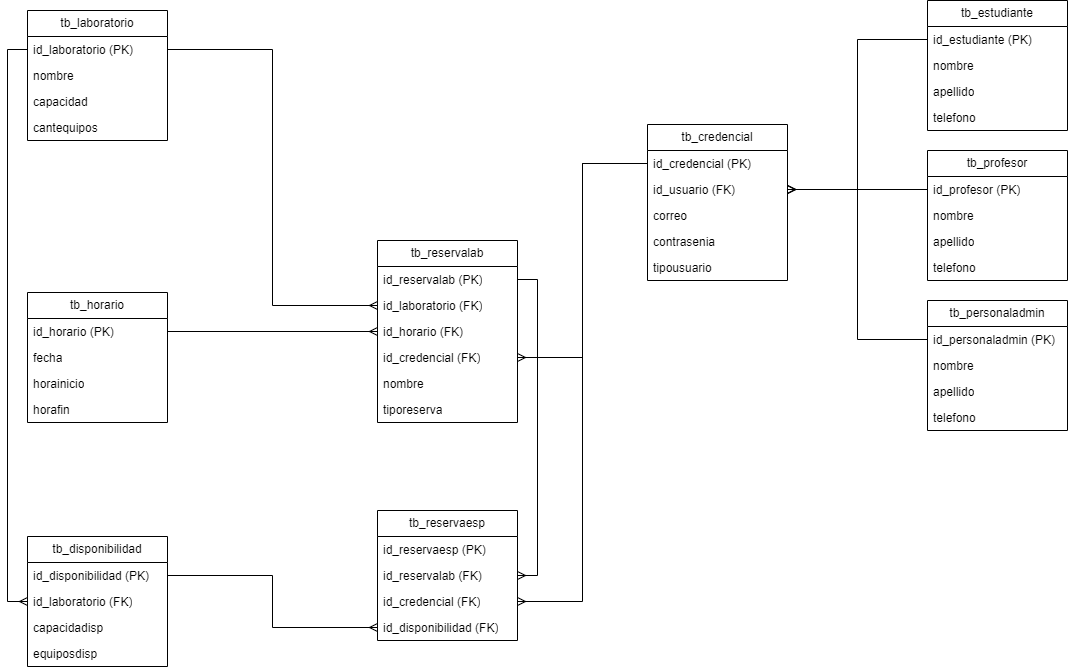
This is documentacion/gestionlab_diseñobd.png from Zydell/Concurso, a draw.io export, as it was before one commit. Source tidied: cells renumbered, new cells last; positions are measured from the earlier drawing's top-left corner, leaving out a move shared by most shapes.
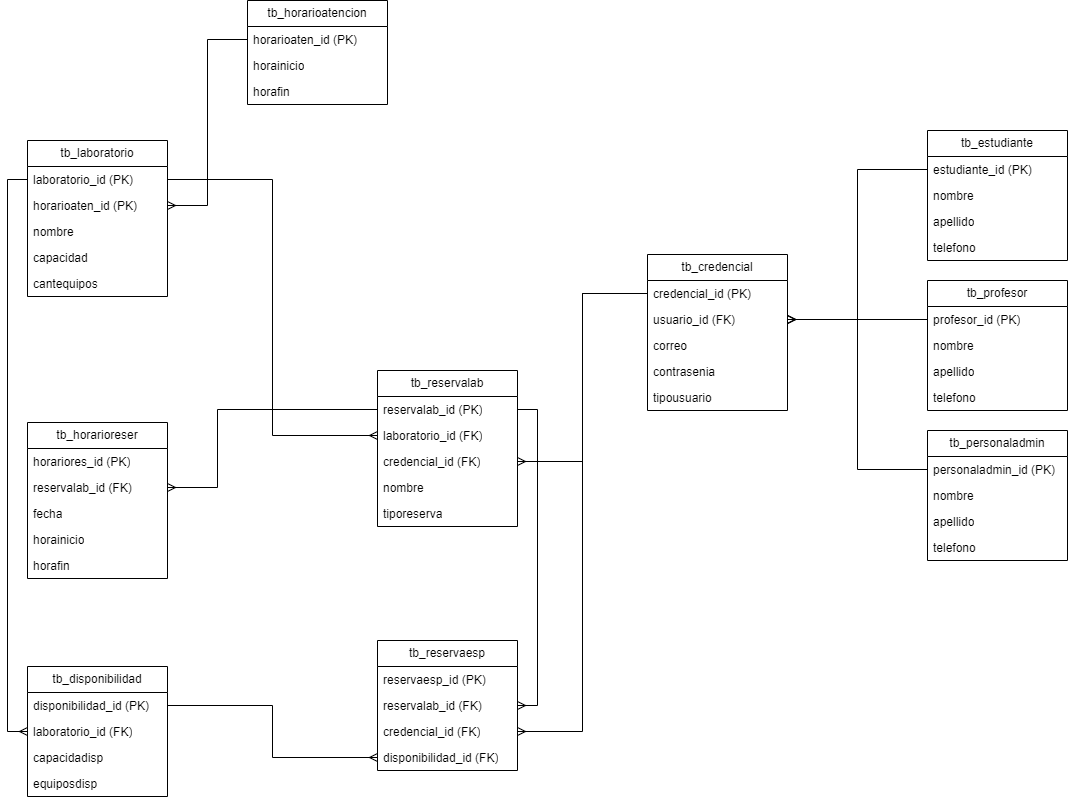
After the change.

The edit, as a diff of the source:
```diff
@@ -5,7 +5,7 @@
     <mxCell id="2" value="tb_estudiante" style="swimlane;fontStyle=0;horizontal=1;startSize=26;fillColor=none;whiteSpace=wrap;html=1;" parent="1" vertex="1">
       <mxGeometry x="900" width="140" height="130" as="geometry" />
     </mxCell>
-    <mxCell id="3" value="id_estudiante (PK)" style="text;strokeColor=none;fillColor=none;align=left;verticalAlign=top;spacingLeft=4;spacingRight=4;overflow=hidden;points=[[0,0.5],[1,0.5]];portConstraint=eastwest;whiteSpace=wrap;html=1;" parent="2" vertex="1">
+    <mxCell id="3" value="estudiante_id (PK)" style="text;strokeColor=none;fillColor=none;align=left;verticalAlign=top;spacingLeft=4;spacingRight=4;overflow=hidden;points=[[0,0.5],[1,0.5]];portConstraint=eastwest;whiteSpace=wrap;html=1;" parent="2" vertex="1">
       <mxGeometry y="26" width="140" height="26" as="geometry" />
     </mxCell>
     <mxCell id="4" value="nombre" style="text;strokeColor=none;fillColor=none;align=left;verticalAlign=top;spacingLeft=4;spacingRight=4;overflow=hidden;whiteSpace=wrap;html=1;" parent="2" vertex="1">
@@ -20,7 +20,7 @@
     <mxCell id="7" value="tb_profesor" style="swimlane;fontStyle=0;horizontal=1;startSize=26;fillColor=none;whiteSpace=wrap;html=1;" parent="1" vertex="1">
       <mxGeometry x="900" y="150" width="140" height="130" as="geometry" />
     </mxCell>
-    <mxCell id="8" value="id_profesor (PK)" style="text;strokeColor=none;fillColor=none;align=left;verticalAlign=top;spacingLeft=4;spacingRight=4;overflow=hidden;points=[[0,0.5],[1,0.5]];portConstraint=eastwest;whiteSpace=wrap;html=1;" parent="7" vertex="1">
+    <mxCell id="8" value="profesor_id (PK)" style="text;strokeColor=none;fillColor=none;align=left;verticalAlign=top;spacingLeft=4;spacingRight=4;overflow=hidden;points=[[0,0.5],[1,0.5]];portConstraint=eastwest;whiteSpace=wrap;html=1;" parent="7" vertex="1">
       <mxGeometry y="26" width="140" height="26" as="geometry" />
     </mxCell>
     <mxCell id="9" value="nombre" style="text;strokeColor=none;fillColor=none;align=left;verticalAlign=top;spacingLeft=4;spacingRight=4;overflow=hidden;whiteSpace=wrap;html=1;" parent="7" vertex="1">
@@ -35,7 +35,7 @@
     <mxCell id="12" value="tb_personaladmin" style="swimlane;fontStyle=0;horizontal=1;startSize=26;fillColor=none;whiteSpace=wrap;html=1;" parent="1" vertex="1">
       <mxGeometry x="900" y="300" width="140" height="130" as="geometry" />
     </mxCell>
-    <mxCell id="13" value="id_&lt;span style=&quot;text-align: center;&quot;&gt;personaladmin&lt;/span&gt;&amp;nbsp;(PK)" style="text;strokeColor=none;fillColor=none;align=left;verticalAlign=top;spacingLeft=4;spacingRight=4;overflow=hidden;points=[[0,0.5],[1,0.5]];portConstraint=eastwest;whiteSpace=wrap;html=1;" parent="12" vertex="1">
+    <mxCell id="13" value="&lt;span style=&quot;text-align: center;&quot;&gt;personaladmin_id&lt;/span&gt;&amp;nbsp;(PK)" style="text;strokeColor=none;fillColor=none;align=left;verticalAlign=top;spacingLeft=4;spacingRight=4;overflow=hidden;points=[[0,0.5],[1,0.5]];portConstraint=eastwest;whiteSpace=wrap;html=1;" parent="12" vertex="1">
       <mxGeometry y="26" width="140" height="26" as="geometry" />
     </mxCell>
     <mxCell id="14" value="nombre" style="text;strokeColor=none;fillColor=none;align=left;verticalAlign=top;spacingLeft=4;spacingRight=4;overflow=hidden;whiteSpace=wrap;html=1;" parent="12" vertex="1">
@@ -50,10 +50,10 @@
     <mxCell id="17" value="tb_credencial" style="swimlane;fontStyle=0;horizontal=1;startSize=26;fillColor=none;whiteSpace=wrap;html=1;" parent="1" vertex="1">
       <mxGeometry x="620" y="124" width="140" height="156" as="geometry" />
     </mxCell>
-    <mxCell id="18" value="id_credencial (PK)" style="text;strokeColor=none;fillColor=none;align=left;verticalAlign=top;spacingLeft=4;spacingRight=4;overflow=hidden;points=[[0,0.5],[1,0.5]];portConstraint=eastwest;whiteSpace=wrap;html=1;" parent="17" vertex="1">
+    <mxCell id="18" value="credencial_id (PK)" style="text;strokeColor=none;fillColor=none;align=left;verticalAlign=top;spacingLeft=4;spacingRight=4;overflow=hidden;points=[[0,0.5],[1,0.5]];portConstraint=eastwest;whiteSpace=wrap;html=1;" parent="17" vertex="1">
       <mxGeometry y="26" width="140" height="26" as="geometry" />
     </mxCell>
-    <mxCell id="19" value="id_usuario (FK)" style="text;strokeColor=none;fillColor=none;align=left;verticalAlign=top;spacingLeft=4;spacingRight=4;overflow=hidden;points=[[0,0.5],[1,0.5]];portConstraint=eastwest;whiteSpace=wrap;html=1;" parent="17" vertex="1">
+    <mxCell id="19" value="usuario_id (FK)" style="text;strokeColor=none;fillColor=none;align=left;verticalAlign=top;spacingLeft=4;spacingRight=4;overflow=hidden;points=[[0,0.5],[1,0.5]];portConstraint=eastwest;whiteSpace=wrap;html=1;" parent="17" vertex="1">
       <mxGeometry y="52" width="140" height="26" as="geometry" />
     </mxCell>
     <mxCell id="20" value="correo" style="text;strokeColor=none;fillColor=none;align=left;verticalAlign=top;spacingLeft=4;spacingRight=4;overflow=hidden;whiteSpace=wrap;html=1;" parent="17" vertex="1">
@@ -75,55 +75,58 @@
       <mxGeometry relative="1" as="geometry" />
     </mxCell>
     <mxCell id="26" value="tb_laboratorio" style="swimlane;fontStyle=0;horizontal=1;startSize=26;fillColor=none;whiteSpace=wrap;html=1;" parent="1" vertex="1">
-      <mxGeometry y="10" width="140" height="130" as="geometry" />
+      <mxGeometry y="10" width="140" height="156" as="geometry" />
     </mxCell>
-    <mxCell id="27" value="id_laboratorio (PK)" style="text;strokeColor=none;fillColor=none;align=left;verticalAlign=top;spacingLeft=4;spacingRight=4;overflow=hidden;points=[[0,0.5],[1,0.5]];portConstraint=eastwest;whiteSpace=wrap;html=1;" parent="26" vertex="1">
+    <mxCell id="27" value="laboratorio_id (PK)" style="text;strokeColor=none;fillColor=none;align=left;verticalAlign=top;spacingLeft=4;spacingRight=4;overflow=hidden;points=[[0,0.5],[1,0.5]];portConstraint=eastwest;whiteSpace=wrap;html=1;" parent="26" vertex="1">
       <mxGeometry y="26" width="140" height="26" as="geometry" />
     </mxCell>
+    <mxCell id="60" value="horarioaten_id (PK)" style="text;strokeColor=none;fillColor=none;align=left;verticalAlign=top;spacingLeft=4;spacingRight=4;overflow=hidden;points=[[0,0.5],[1,0.5]];portConstraint=eastwest;whiteSpace=wrap;html=1;" parent="26" vertex="1">
+      <mxGeometry y="52" width="140" height="26" as="geometry" />
+    </mxCell>
     <mxCell id="28" value="nombre" style="text;strokeColor=none;fillColor=none;align=left;verticalAlign=top;spacingLeft=4;spacingRight=4;overflow=hidden;whiteSpace=wrap;html=1;" parent="26" vertex="1">
-      <mxGeometry y="52" width="140" height="26" as="geometry" />
+      <mxGeometry y="78" width="140" height="26" as="geometry" />
     </mxCell>
     <mxCell id="29" value="capacidad" style="text;strokeColor=none;fillColor=none;align=left;verticalAlign=top;spacingLeft=4;spacingRight=4;overflow=hidden;whiteSpace=wrap;html=1;" parent="26" vertex="1">
-      <mxGeometry y="78" width="140" height="26" as="geometry" />
+      <mxGeometry y="104" width="140" height="26" as="geometry" />
     </mxCell>
     <mxCell id="30" value="cantequipos" style="text;strokeColor=none;fillColor=none;align=left;verticalAlign=top;spacingLeft=4;spacingRight=4;overflow=hidden;whiteSpace=wrap;html=1;" parent="26" vertex="1">
-      <mxGeometry y="104" width="140" height="26" as="geometry" />
+      <mxGeometry y="130" width="140" height="26" as="geometry" />
     </mxCell>
     <mxCell id="31" value="tb_reservalab" style="swimlane;fontStyle=0;horizontal=1;startSize=26;fillColor=none;whiteSpace=wrap;html=1;" parent="1" vertex="1">
-      <mxGeometry x="350" y="240" width="140" height="182" as="geometry" />
+      <mxGeometry x="350" y="240" width="140" height="156" as="geometry" />
     </mxCell>
-    <mxCell id="32" value="id_&lt;span style=&quot;text-align: center;&quot;&gt;reservalab&lt;/span&gt;&amp;nbsp;(PK)" style="text;strokeColor=none;fillColor=none;align=left;verticalAlign=top;spacingLeft=4;spacingRight=4;overflow=hidden;points=[[0,0.5],[1,0.5]];portConstraint=eastwest;whiteSpace=wrap;html=1;" parent="31" vertex="1">
+    <mxCell id="32" value="&lt;span style=&quot;text-align: center;&quot;&gt;reservalab_id&lt;/span&gt;&amp;nbsp;(PK)" style="text;strokeColor=none;fillColor=none;align=left;verticalAlign=top;spacingLeft=4;spacingRight=4;overflow=hidden;points=[[0,0.5],[1,0.5]];portConstraint=eastwest;whiteSpace=wrap;html=1;" parent="31" vertex="1">
       <mxGeometry y="26" width="140" height="26" as="geometry" />
     </mxCell>
-    <mxCell id="33" value="id_laboratorio (FK)" style="text;strokeColor=none;fillColor=none;align=left;verticalAlign=top;spacingLeft=4;spacingRight=4;overflow=hidden;points=[[0,0.5],[1,0.5]];portConstraint=eastwest;whiteSpace=wrap;html=1;" parent="31" vertex="1">
+    <mxCell id="33" value="laboratorio_id (FK)" style="text;strokeColor=none;fillColor=none;align=left;verticalAlign=top;spacingLeft=4;spacingRight=4;overflow=hidden;points=[[0,0.5],[1,0.5]];portConstraint=eastwest;whiteSpace=wrap;html=1;" parent="31" vertex="1">
       <mxGeometry y="52" width="140" height="26" as="geometry" />
     </mxCell>
-    <mxCell id="34" value="id_horario (FK)" style="text;strokeColor=none;fillColor=none;align=left;verticalAlign=top;spacingLeft=4;spacingRight=4;overflow=hidden;points=[[0,0.5],[1,0.5]];portConstraint=eastwest;whiteSpace=wrap;html=1;" parent="31" vertex="1">
-      <mxGeometry y="78" width="140" height="26" as="geometry" />
-    </mxCell>
-    <mxCell id="35" value="id_credencial (FK)" style="text;strokeColor=none;fillColor=none;align=left;verticalAlign=top;spacingLeft=4;spacingRight=4;overflow=hidden;points=[[0,0.5],[1,0.5]];portConstraint=eastwest;whiteSpace=wrap;html=1;" parent="31" vertex="1">
-      <mxGeometry y="104" width="140" height="26" as="geometry" />
+    <mxCell id="35" value="credencial_id (FK)" style="text;strokeColor=none;fillColor=none;align=left;verticalAlign=top;spacingLeft=4;spacingRight=4;overflow=hidden;points=[[0,0.5],[1,0.5]];portConstraint=eastwest;whiteSpace=wrap;html=1;" parent="31" vertex="1">
+      <mxGeometry y="78" width="140" height="26" as="geometry" />
     </mxCell>
     <mxCell id="36" value="nombre" style="text;strokeColor=none;fillColor=none;align=left;verticalAlign=top;spacingLeft=4;spacingRight=4;overflow=hidden;whiteSpace=wrap;html=1;" parent="31" vertex="1">
-      <mxGeometry y="130" width="140" height="26" as="geometry" />
+      <mxGeometry y="104" width="140" height="26" as="geometry" />
     </mxCell>
     <mxCell id="37" value="tiporeserva" style="text;strokeColor=none;fillColor=none;align=left;verticalAlign=top;spacingLeft=4;spacingRight=4;overflow=hidden;whiteSpace=wrap;html=1;" parent="31" vertex="1">
-      <mxGeometry y="156" width="140" height="26" as="geometry" />
+      <mxGeometry y="130" width="140" height="26" as="geometry" />
     </mxCell>
-    <mxCell id="38" value="tb_horario" style="swimlane;fontStyle=0;horizontal=1;startSize=26;fillColor=none;whiteSpace=wrap;html=1;" parent="1" vertex="1">
-      <mxGeometry y="292" width="140" height="130" as="geometry" />
+    <mxCell id="38" value="tb_horarioreser" style="swimlane;fontStyle=0;horizontal=1;startSize=26;fillColor=none;whiteSpace=wrap;html=1;" parent="1" vertex="1">
+      <mxGeometry y="292" width="140" height="156" as="geometry" />
     </mxCell>
-    <mxCell id="39" value="id_horario (PK)" style="text;strokeColor=none;fillColor=none;align=left;verticalAlign=top;spacingLeft=4;spacingRight=4;overflow=hidden;points=[[0,0.5],[1,0.5]];portConstraint=eastwest;whiteSpace=wrap;html=1;" parent="38" vertex="1">
+    <mxCell id="39" value="horariores_id (PK)" style="text;strokeColor=none;fillColor=none;align=left;verticalAlign=top;spacingLeft=4;spacingRight=4;overflow=hidden;points=[[0,0.5],[1,0.5]];portConstraint=eastwest;whiteSpace=wrap;html=1;" parent="38" vertex="1">
       <mxGeometry y="26" width="140" height="26" as="geometry" />
     </mxCell>
+    <mxCell id="61" value="reservalab_id (FK)" style="text;strokeColor=none;fillColor=none;align=left;verticalAlign=top;spacingLeft=4;spacingRight=4;overflow=hidden;points=[[0,0.5],[1,0.5]];portConstraint=eastwest;whiteSpace=wrap;html=1;" parent="38" vertex="1">
+      <mxGeometry y="52" width="140" height="26" as="geometry" />
+    </mxCell>
     <mxCell id="40" value="fecha" style="text;strokeColor=none;fillColor=none;align=left;verticalAlign=top;spacingLeft=4;spacingRight=4;overflow=hidden;whiteSpace=wrap;html=1;" parent="38" vertex="1">
-      <mxGeometry y="52" width="140" height="26" as="geometry" />
+      <mxGeometry y="78" width="140" height="26" as="geometry" />
     </mxCell>
     <mxCell id="41" value="horainicio" style="text;strokeColor=none;fillColor=none;align=left;verticalAlign=top;spacingLeft=4;spacingRight=4;overflow=hidden;whiteSpace=wrap;html=1;" parent="38" vertex="1">
-      <mxGeometry y="78" width="140" height="26" as="geometry" />
+      <mxGeometry y="104" width="140" height="26" as="geometry" />
     </mxCell>
     <mxCell id="42" value="horafin" style="text;strokeColor=none;fillColor=none;align=left;verticalAlign=top;spacingLeft=4;spacingRight=4;overflow=hidden;whiteSpace=wrap;html=1;" parent="38" vertex="1">
-      <mxGeometry y="104" width="140" height="26" as="geometry" />
+      <mxGeometry y="130" width="140" height="26" as="geometry" />
     </mxCell>
     <mxCell id="43" style="edgeStyle=orthogonalEdgeStyle;rounded=0;jettySize=auto;html=1;exitX=0;exitY=0.5;exitDx=0;exitDy=0;entryX=1;entryY=0.5;entryDx=0;entryDy=0;strokeColor=default;align=center;verticalAlign=middle;fontFamily=Helvetica;fontSize=11;fontColor=default;labelBackgroundColor=default;endArrow=ERmany;endFill=0;" parent="1" edge="1" source="18" target="35">
       <mxGeometry relative="1" as="geometry" />
@@ -131,31 +134,28 @@
     <mxCell id="44" style="edgeStyle=orthogonalEdgeStyle;rounded=0;jettySize=auto;html=1;exitX=1;exitY=0.5;exitDx=0;exitDy=0;entryX=0;entryY=0.5;entryDx=0;entryDy=0;strokeColor=default;align=center;verticalAlign=middle;fontFamily=Helvetica;fontSize=11;fontColor=default;labelBackgroundColor=default;endArrow=ERmany;endFill=0;" parent="1" edge="1" source="27" target="33">
       <mxGeometry relative="1" as="geometry" />
     </mxCell>
-    <mxCell id="45" style="edgeStyle=orthogonalEdgeStyle;rounded=0;jettySize=auto;html=1;exitX=1;exitY=0.5;exitDx=0;exitDy=0;entryX=0;entryY=0.5;entryDx=0;entryDy=0;strokeColor=default;align=center;verticalAlign=middle;fontFamily=Helvetica;fontSize=11;fontColor=default;labelBackgroundColor=default;endArrow=ERmany;endFill=0;" parent="1" edge="1" source="39" target="34">
-      <mxGeometry relative="1" as="geometry" />
-    </mxCell>
     <mxCell id="46" value="tb_reservaesp" style="swimlane;fontStyle=0;horizontal=1;startSize=26;fillColor=none;whiteSpace=wrap;html=1;" parent="1" vertex="1">
       <mxGeometry x="350" y="510" width="140" height="130" as="geometry" />
     </mxCell>
-    <mxCell id="47" value="id_&lt;span style=&quot;text-align: center;&quot;&gt;reservaesp&lt;/span&gt;&amp;nbsp;(PK)" style="text;strokeColor=none;fillColor=none;align=left;verticalAlign=top;spacingLeft=4;spacingRight=4;overflow=hidden;whiteSpace=wrap;html=1;" parent="46" vertex="1">
+    <mxCell id="47" value="&lt;span style=&quot;text-align: center;&quot;&gt;reservaesp_id&lt;/span&gt;&amp;nbsp;(PK)" style="text;strokeColor=none;fillColor=none;align=left;verticalAlign=top;spacingLeft=4;spacingRight=4;overflow=hidden;whiteSpace=wrap;html=1;" parent="46" vertex="1">
       <mxGeometry y="26" width="140" height="26" as="geometry" />
     </mxCell>
-    <mxCell id="48" value="id_reservalab (FK)" style="text;strokeColor=none;fillColor=none;align=left;verticalAlign=top;spacingLeft=4;spacingRight=4;overflow=hidden;points=[[0,0.5],[1,0.5]];portConstraint=eastwest;whiteSpace=wrap;html=1;" parent="46" vertex="1">
+    <mxCell id="48" value="reservalab_id (FK)" style="text;strokeColor=none;fillColor=none;align=left;verticalAlign=top;spacingLeft=4;spacingRight=4;overflow=hidden;points=[[0,0.5],[1,0.5]];portConstraint=eastwest;whiteSpace=wrap;html=1;" parent="46" vertex="1">
       <mxGeometry y="52" width="140" height="26" as="geometry" />
     </mxCell>
-    <mxCell id="49" value="id_credencial (FK)" style="text;strokeColor=none;fillColor=none;align=left;verticalAlign=top;spacingLeft=4;spacingRight=4;overflow=hidden;points=[[0,0.5],[1,0.5]];portConstraint=eastwest;whiteSpace=wrap;html=1;" parent="46" vertex="1">
+    <mxCell id="49" value="credencial_id (FK)" style="text;strokeColor=none;fillColor=none;align=left;verticalAlign=top;spacingLeft=4;spacingRight=4;overflow=hidden;points=[[0,0.5],[1,0.5]];portConstraint=eastwest;whiteSpace=wrap;html=1;" parent="46" vertex="1">
       <mxGeometry y="78" width="140" height="26" as="geometry" />
     </mxCell>
-    <mxCell id="50" value="id_disponibilidad (FK)" style="text;strokeColor=none;fillColor=none;align=left;verticalAlign=top;spacingLeft=4;spacingRight=4;overflow=hidden;points=[[0,0.5],[1,0.5]];portConstraint=eastwest;whiteSpace=wrap;html=1;" parent="46" vertex="1">
+    <mxCell id="50" value="disponibilidad_id (FK)" style="text;strokeColor=none;fillColor=none;align=left;verticalAlign=top;spacingLeft=4;spacingRight=4;overflow=hidden;points=[[0,0.5],[1,0.5]];portConstraint=eastwest;whiteSpace=wrap;html=1;" parent="46" vertex="1">
       <mxGeometry y="104" width="140" height="26" as="geometry" />
     </mxCell>
     <mxCell id="51" value="tb_disponibilidad" style="swimlane;fontStyle=0;horizontal=1;startSize=26;fillColor=none;whiteSpace=wrap;html=1;" parent="1" vertex="1">
       <mxGeometry y="536" width="140" height="130" as="geometry" />
     </mxCell>
-    <mxCell id="52" value="id_disponibilidad (PK)" style="text;strokeColor=none;fillColor=none;align=left;verticalAlign=top;spacingLeft=4;spacingRight=4;overflow=hidden;points=[[0,0.5],[1,0.5]];portConstraint=eastwest;whiteSpace=wrap;html=1;" parent="51" vertex="1">
+    <mxCell id="52" value="disponibilidad_id (PK)" style="text;strokeColor=none;fillColor=none;align=left;verticalAlign=top;spacingLeft=4;spacingRight=4;overflow=hidden;points=[[0,0.5],[1,0.5]];portConstraint=eastwest;whiteSpace=wrap;html=1;" parent="51" vertex="1">
       <mxGeometry y="26" width="140" height="26" as="geometry" />
     </mxCell>
-    <mxCell id="53" value="id_laboratorio (FK)" style="text;strokeColor=none;fillColor=none;align=left;verticalAlign=top;spacingLeft=4;spacingRight=4;overflow=hidden;points=[[0,0.5],[1,0.5]];portConstraint=eastwest;whiteSpace=wrap;html=1;" parent="51" vertex="1">
+    <mxCell id="53" value="laboratorio_id (FK)" style="text;strokeColor=none;fillColor=none;align=left;verticalAlign=top;spacingLeft=4;spacingRight=4;overflow=hidden;points=[[0,0.5],[1,0.5]];portConstraint=eastwest;whiteSpace=wrap;html=1;" parent="51" vertex="1">
       <mxGeometry y="52" width="140" height="26" as="geometry" />
     </mxCell>
     <mxCell id="54" value="capacidadisp" style="text;strokeColor=none;fillColor=none;align=left;verticalAlign=top;spacingLeft=4;spacingRight=4;overflow=hidden;whiteSpace=wrap;html=1;" parent="51" vertex="1">
@@ -176,5 +176,28 @@
     <mxCell id="59" style="edgeStyle=orthogonalEdgeStyle;rounded=0;jettySize=auto;html=1;exitX=0;exitY=0.5;exitDx=0;exitDy=0;entryX=1;entryY=0.5;entryDx=0;entryDy=0;strokeColor=default;align=center;verticalAlign=middle;fontFamily=Helvetica;fontSize=11;fontColor=default;labelBackgroundColor=default;endArrow=ERmany;endFill=0;" parent="1" edge="1" source="18" target="49">
       <mxGeometry relative="1" as="geometry" />
     </mxCell>
+    <mxCell id="62" value="tb_horarioatencion" style="swimlane;fontStyle=0;horizontal=1;startSize=26;fillColor=none;whiteSpace=wrap;html=1;" parent="1" vertex="1">
+      <mxGeometry x="220" y="-130" width="140" height="104" as="geometry" />
+    </mxCell>
+    <mxCell id="63" value="horarioaten_id (PK)" style="text;strokeColor=none;fillColor=none;align=left;verticalAlign=top;spacingLeft=4;spacingRight=4;overflow=hidden;points=[[0,0.5],[1,0.5]];portConstraint=eastwest;whiteSpace=wrap;html=1;" parent="62" vertex="1">
+      <mxGeometry y="26" width="140" height="26" as="geometry" />
+    </mxCell>
+    <mxCell id="64" value="horainicio" style="text;strokeColor=none;fillColor=none;align=left;verticalAlign=top;spacingLeft=4;spacingRight=4;overflow=hidden;whiteSpace=wrap;html=1;" parent="62" vertex="1">
+      <mxGeometry y="52" width="140" height="26" as="geometry" />
+    </mxCell>
+    <mxCell id="65" value="horafin" style="text;strokeColor=none;fillColor=none;align=left;verticalAlign=top;spacingLeft=4;spacingRight=4;overflow=hidden;whiteSpace=wrap;html=1;" parent="62" vertex="1">
+      <mxGeometry y="78" width="140" height="26" as="geometry" />
+    </mxCell>
+    <mxCell id="66" style="edgeStyle=orthogonalEdgeStyle;rounded=0;jettySize=auto;html=1;exitX=0;exitY=0.5;exitDx=0;exitDy=0;entryX=1;entryY=0.5;entryDx=0;entryDy=0;strokeColor=default;align=center;verticalAlign=middle;fontFamily=Helvetica;fontSize=11;fontColor=default;labelBackgroundColor=default;endArrow=ERmany;endFill=0;" parent="1" edge="1" source="63" target="60">
+      <mxGeometry relative="1" as="geometry" />
+    </mxCell>
+    <mxCell id="67" style="edgeStyle=orthogonalEdgeStyle;rounded=0;jettySize=auto;html=1;exitX=0;exitY=0.5;exitDx=0;exitDy=0;strokeColor=default;align=center;verticalAlign=middle;fontFamily=Helvetica;fontSize=11;fontColor=default;labelBackgroundColor=default;endArrow=ERmany;endFill=0;" parent="1" edge="1" source="32" target="61">
+      <mxGeometry relative="1" as="geometry">
+        <Array as="points">
+          <mxPoint x="190" y="279" />
+          <mxPoint x="190" y="357" />
+        </Array>
+      </mxGeometry>
+    </mxCell>
   </root>
 </mxGraphModel>
```
